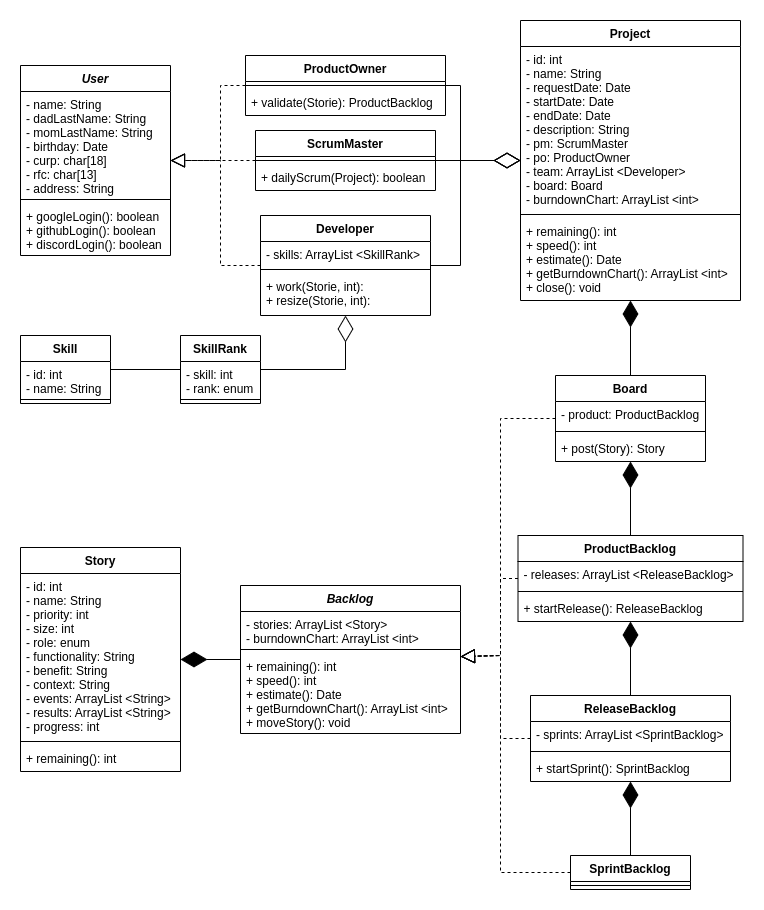
This is class-diagram.png from SaidSanchez/ManejadorDeProyectos, a draw.io export, as it was before one commit. Source tidied: cells renumbered, new cells last; positions are measured from the earlier drawing's top-left corner, leaving out a move shared by most shapes.
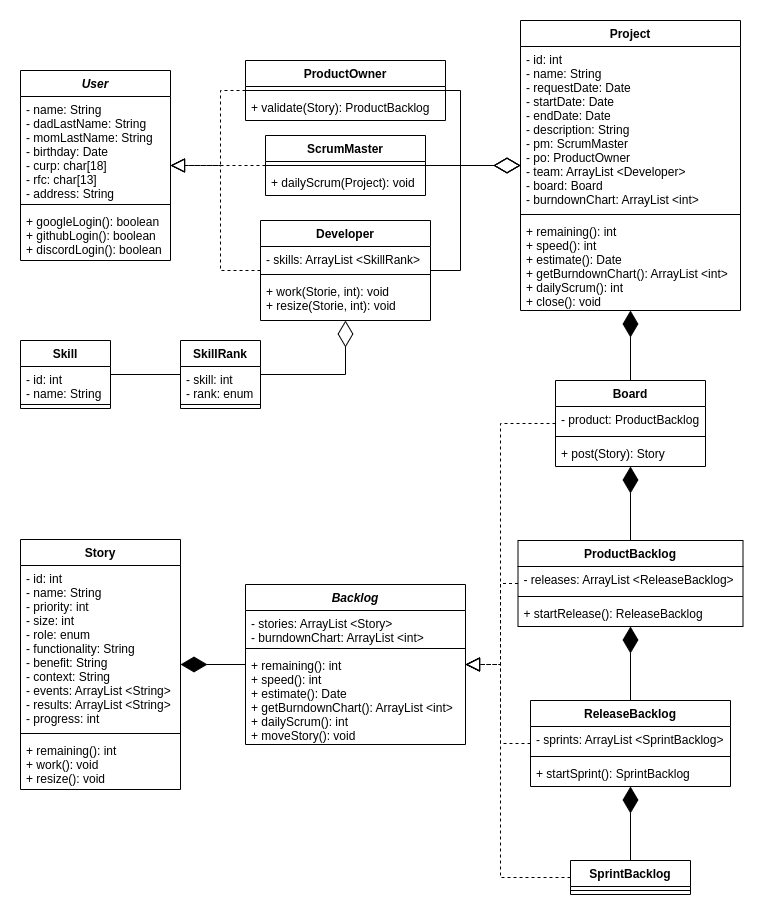
After the commit.

Commit message:
fix: make the diagramas congruent

The edit, as a diff of the source:
```diff
@@ -3,7 +3,7 @@
     <mxCell id="0" />
     <mxCell id="1" parent="0" />
     <mxCell id="2" value="Project" style="swimlane;fontStyle=1;align=center;verticalAlign=top;horizontal=1;startSize=26;" parent="1" vertex="1">
-      <mxGeometry x="500" width="220" height="280" as="geometry" />
+      <mxGeometry x="500" y="-5" width="220" height="290" as="geometry" />
     </mxCell>
     <mxCell id="3" value="- id: int&#10;- name: String&#10;- requestDate: Date&#10;- startDate: Date&#10;- endDate: Date&#10;- description: String&#10;- pm: ScrumMaster&#10;- po: ProductOwner&#10;- team: ArrayList &lt;Developer&gt;&#10;- board: Board&#10;- burndownChart: ArrayList &lt;int&gt;" style="text;strokeColor=none;fillColor=none;align=left;verticalAlign=top;spacingLeft=4;spacingRight=4;overflow=hidden;" parent="2" vertex="1">
       <mxGeometry y="26" width="220" height="164" as="geometry" />
@@ -11,8 +11,8 @@
     <mxCell id="4" style="line;strokeWidth=1;fillColor=none;align=left;verticalAlign=middle;spacingTop=-1;spacingLeft=3;spacingRight=3;labelPosition=right;" parent="2" vertex="1">
       <mxGeometry y="190" width="220" height="8" as="geometry" />
     </mxCell>
-    <mxCell id="5" value="+ remaining(): int&#10;+ speed(): int&#10;+ estimate(): Date&#10;+ getBurndownChart(): ArrayList &lt;int&gt;&#10;+ close(): void" style="text;strokeColor=none;fillColor=none;align=left;verticalAlign=top;spacingLeft=4;spacingRight=4;overflow=hidden;" parent="2" vertex="1">
-      <mxGeometry y="198" width="220" height="82" as="geometry" />
+    <mxCell id="5" value="+ remaining(): int&#10;+ speed(): int&#10;+ estimate(): Date&#10;+ getBurndownChart(): ArrayList &lt;int&gt;&#10;+ dailyScrum(): int&#10;+ close(): void" style="text;strokeColor=none;fillColor=none;align=left;verticalAlign=top;spacingLeft=4;spacingRight=4;overflow=hidden;" parent="2" vertex="1">
+      <mxGeometry y="198" width="220" height="92" as="geometry" />
     </mxCell>
     <mxCell id="6" value="User" style="swimlane;fontStyle=3;align=center;verticalAlign=top;horizontal=1;startSize=26;" parent="1" vertex="1">
       <mxGeometry y="45" width="150" height="190" as="geometry" />
@@ -27,7 +27,7 @@
       <mxGeometry y="138" width="150" height="52" as="geometry" />
     </mxCell>
     <mxCell id="10" value="Backlog" style="swimlane;fontStyle=3;align=center;verticalAlign=top;horizontal=1;startSize=26;" parent="1" vertex="1">
-      <mxGeometry x="220" y="565" width="220" height="148" as="geometry" />
+      <mxGeometry x="225" y="559" width="220" height="160" as="geometry" />
     </mxCell>
     <mxCell id="11" value="- stories: ArrayList &lt;Story&gt;&#10;- burndownChart: ArrayList &lt;int&gt;" style="text;strokeColor=none;fillColor=none;align=left;verticalAlign=top;spacingLeft=4;spacingRight=4;overflow=hidden;" parent="10" vertex="1">
       <mxGeometry y="26" width="220" height="34" as="geometry" />
@@ -35,8 +35,8 @@
     <mxCell id="12" style="line;strokeWidth=1;fillColor=none;align=left;verticalAlign=middle;spacingTop=-1;spacingLeft=3;spacingRight=3;labelPosition=right;" parent="10" vertex="1">
       <mxGeometry y="60" width="220" height="8" as="geometry" />
     </mxCell>
-    <mxCell id="13" value="+ remaining(): int&#10;+ speed(): int&#10;+ estimate(): Date&#10;+ getBurndownChart(): ArrayList &lt;int&gt;&#10;+ moveStory(): void" style="text;strokeColor=none;fillColor=none;align=left;verticalAlign=top;spacingLeft=4;spacingRight=4;overflow=hidden;" parent="10" vertex="1">
-      <mxGeometry y="68" width="220" height="80" as="geometry" />
+    <mxCell id="13" value="+ remaining(): int&#10;+ speed(): int&#10;+ estimate(): Date&#10;+ getBurndownChart(): ArrayList &lt;int&gt;&#10;+ dailyScrum(): int&#10;+ moveStory(): void" style="text;strokeColor=none;fillColor=none;align=left;verticalAlign=top;spacingLeft=4;spacingRight=4;overflow=hidden;" parent="10" vertex="1">
+      <mxGeometry y="68" width="220" height="92" as="geometry" />
     </mxCell>
     <mxCell id="14" value="SprintBacklog" style="swimlane;fontStyle=1;align=center;verticalAlign=top;horizontal=1;startSize=26;" parent="1" vertex="1">
       <mxGeometry x="550" y="835" width="120" height="34" as="geometry" />
@@ -45,13 +45,13 @@
       <mxGeometry y="26" width="120" height="8" as="geometry" />
     </mxCell>
     <mxCell id="16" value="ScrumMaster" style="swimlane;fontStyle=1;align=center;verticalAlign=top;horizontal=1;startSize=26;" parent="1" vertex="1">
-      <mxGeometry x="235" y="110" width="180" height="60" as="geometry" />
+      <mxGeometry x="245" y="110" width="160" height="60" as="geometry" />
     </mxCell>
     <mxCell id="17" style="line;strokeWidth=1;fillColor=none;align=left;verticalAlign=middle;spacingTop=-1;spacingLeft=3;spacingRight=3;labelPosition=right;" parent="16" vertex="1">
-      <mxGeometry y="26" width="180" height="8" as="geometry" />
+      <mxGeometry y="26" width="160" height="8" as="geometry" />
     </mxCell>
-    <mxCell id="18" value="+ dailyScrum(Project): boolean" style="text;strokeColor=none;fillColor=none;align=left;verticalAlign=top;spacingLeft=4;spacingRight=4;overflow=hidden;" parent="16" vertex="1">
-      <mxGeometry y="34" width="180" height="26" as="geometry" />
+    <mxCell id="18" value="+ dailyScrum(Project): void" style="text;strokeColor=none;fillColor=none;align=left;verticalAlign=top;spacingLeft=4;spacingRight=4;overflow=hidden;" parent="16" vertex="1">
+      <mxGeometry y="34" width="160" height="26" as="geometry" />
     </mxCell>
     <mxCell id="19" value="SkillRank" style="swimlane;fontStyle=1;align=center;verticalAlign=top;horizontal=1;startSize=26;" parent="1" vertex="1">
       <mxGeometry x="160" y="315" width="80" height="68" as="geometry" />
@@ -104,7 +104,7 @@
     <mxCell id="35" style="line;strokeWidth=1;fillColor=none;align=left;verticalAlign=middle;spacingTop=-1;spacingLeft=3;spacingRight=3;labelPosition=right;" parent="33" vertex="1">
       <mxGeometry y="50" width="170" height="8" as="geometry" />
     </mxCell>
-    <mxCell id="36" value="+ work(Storie, int):&#10;+ resize(Storie, int):" style="text;strokeColor=none;fillColor=none;align=left;verticalAlign=top;spacingLeft=4;spacingRight=4;overflow=hidden;" parent="33" vertex="1">
+    <mxCell id="36" value="+ work(Storie, int): void&#10;+ resize(Storie, int): void" style="text;strokeColor=none;fillColor=none;align=left;verticalAlign=top;spacingLeft=4;spacingRight=4;overflow=hidden;" parent="33" vertex="1">
       <mxGeometry y="58" width="170" height="42" as="geometry" />
     </mxCell>
     <mxCell id="37" value="ProductOwner" style="swimlane;fontStyle=1;align=center;verticalAlign=top;horizontal=1;startSize=26;" parent="1" vertex="1">
@@ -113,7 +113,7 @@
     <mxCell id="38" style="line;strokeWidth=1;fillColor=none;align=left;verticalAlign=middle;spacingTop=-1;spacingLeft=3;spacingRight=3;labelPosition=right;" parent="37" vertex="1">
       <mxGeometry y="26" width="200" height="8" as="geometry" />
     </mxCell>
-    <mxCell id="39" value="+ validate(Storie): ProductBacklog" style="text;strokeColor=none;fillColor=none;align=left;verticalAlign=top;spacingLeft=4;spacingRight=4;overflow=hidden;" parent="37" vertex="1">
+    <mxCell id="39" value="+ validate(Story): ProductBacklog" style="text;strokeColor=none;fillColor=none;align=left;verticalAlign=top;spacingLeft=4;spacingRight=4;overflow=hidden;" parent="37" vertex="1">
       <mxGeometry y="34" width="200" height="26" as="geometry" />
     </mxCell>
     <mxCell id="40" style="endArrow=block;dashed=1;endFill=0;endSize=12;html=1;rounded=0;" parent="1" edge="1" source="37" target="6">
@@ -127,14 +127,6 @@
     <mxCell id="41" style="endArrow=block;dashed=1;endFill=0;endSize=12;html=1;rounded=0;" parent="1" edge="1" source="16" target="6">
       <mxGeometry relative="1" as="geometry" />
     </mxCell>
-    <mxCell id="42" style="endArrow=block;dashed=1;endFill=0;endSize=12;html=1;rounded=0;" parent="1" edge="1" source="33" target="6">
-      <mxGeometry relative="1" as="geometry">
-        <Array as="points">
-          <mxPoint x="200" y="245" />
-          <mxPoint x="200" y="140" />
-        </Array>
-      </mxGeometry>
-    </mxCell>
     <mxCell id="43" style="endArrow=diamondThin;endFill=0;endSize=24;html=1;rounded=0;" parent="1" edge="1" source="37" target="2">
       <mxGeometry relative="1" as="geometry">
         <Array as="points">
@@ -165,7 +157,7 @@
       <mxGeometry relative="1" as="geometry" />
     </mxCell>
     <mxCell id="48" value="Story" style="swimlane;fontStyle=1;align=center;verticalAlign=top;horizontal=1;startSize=26;" parent="1" vertex="1">
-      <mxGeometry y="527" width="160" height="224" as="geometry" />
+      <mxGeometry y="514" width="160" height="250" as="geometry" />
     </mxCell>
     <mxCell id="49" value="- id: int&#10;- name: String&#10;- priority: int&#10;- size: int&#10;- role: enum&#10;- functionality: String&#10;- benefit: String&#10;- context: String&#10;- events: ArrayList &lt;String&gt;&#10;- results: ArrayList &lt;String&gt;&#10;- progress: int" style="text;strokeColor=none;fillColor=none;align=left;verticalAlign=top;spacingLeft=4;spacingRight=4;overflow=hidden;" parent="48" vertex="1">
       <mxGeometry y="26" width="160" height="164" as="geometry" />
@@ -173,8 +165,8 @@
     <mxCell id="50" style="line;strokeWidth=1;fillColor=none;align=left;verticalAlign=middle;spacingTop=-1;spacingLeft=3;spacingRight=3;labelPosition=right;" parent="48" vertex="1">
       <mxGeometry y="190" width="160" height="8" as="geometry" />
     </mxCell>
-    <mxCell id="51" value="+ remaining(): int" style="text;strokeColor=none;fillColor=none;align=left;verticalAlign=top;spacingLeft=4;spacingRight=4;overflow=hidden;" parent="48" vertex="1">
-      <mxGeometry y="198" width="160" height="26" as="geometry" />
+    <mxCell id="51" value="+ remaining(): int&#10;+ work(): void&#10;+ resize(): void" style="text;strokeColor=none;fillColor=none;align=left;verticalAlign=top;spacingLeft=4;spacingRight=4;overflow=hidden;" parent="48" vertex="1">
+      <mxGeometry y="198" width="160" height="52" as="geometry" />
     </mxCell>
     <mxCell id="52" value="Board" style="swimlane;fontStyle=1;align=center;verticalAlign=top;horizontal=1;startSize=26;" parent="1" vertex="1">
       <mxGeometry x="535" y="355" width="150" height="86" as="geometry" />
@@ -200,40 +192,48 @@
     <mxCell id="59" style="endArrow=diamondThin;endFill=1;endSize=24;html=1;rounded=0;" parent="1" edge="1" source="14" target="29">
       <mxGeometry relative="1" as="geometry" />
     </mxCell>
+    <mxCell id="64" style="endArrow=diamondThin;endFill=1;endSize=24;html=1;rounded=0;" parent="1" edge="1" source="10" target="48">
+      <mxGeometry relative="1" as="geometry" />
+    </mxCell>
+    <mxCell id="62" style="endArrow=block;dashed=1;endFill=0;endSize=12;html=1;rounded=0;" parent="1" edge="1" source="29" target="10">
+      <mxGeometry relative="1" as="geometry">
+        <Array as="points">
+          <mxPoint x="480" y="718" />
+          <mxPoint x="480" y="639" />
+        </Array>
+      </mxGeometry>
+    </mxCell>
+    <mxCell id="61" style="endArrow=block;dashed=1;endFill=0;endSize=12;html=1;rounded=0;" parent="1" edge="1" source="25" target="10">
+      <mxGeometry relative="1" as="geometry">
+        <Array as="points">
+          <mxPoint x="480" y="558" />
+          <mxPoint x="480" y="639" />
+        </Array>
+      </mxGeometry>
+    </mxCell>
+    <mxCell id="63" style="endArrow=block;dashed=1;endFill=0;endSize=12;html=1;rounded=0;" parent="1" edge="1" source="14" target="10">
+      <mxGeometry relative="1" as="geometry">
+        <Array as="points">
+          <mxPoint x="480" y="852" />
+          <mxPoint x="480" y="639" />
+        </Array>
+      </mxGeometry>
+    </mxCell>
+    <mxCell id="42" style="endArrow=block;dashed=1;endFill=0;endSize=12;html=1;rounded=0;" parent="1" edge="1" source="33" target="6">
+      <mxGeometry relative="1" as="geometry">
+        <Array as="points">
+          <mxPoint x="200" y="245" />
+          <mxPoint x="200" y="140" />
+        </Array>
+      </mxGeometry>
+    </mxCell>
     <mxCell id="60" style="endArrow=block;dashed=1;endFill=0;endSize=12;html=1;rounded=0;" parent="1" edge="1" source="52" target="10">
       <mxGeometry relative="1" as="geometry">
         <Array as="points">
           <mxPoint x="480" y="398" />
-          <mxPoint x="480" y="635" />
+          <mxPoint x="480" y="639" />
         </Array>
       </mxGeometry>
     </mxCell>
-    <mxCell id="61" style="endArrow=block;dashed=1;endFill=0;endSize=12;html=1;rounded=0;" parent="1" edge="1" source="25" target="10">
-      <mxGeometry relative="1" as="geometry">
-        <Array as="points">
-          <mxPoint x="480" y="558" />
-          <mxPoint x="480" y="635" />
-        </Array>
-      </mxGeometry>
-    </mxCell>
-    <mxCell id="62" style="endArrow=block;dashed=1;endFill=0;endSize=12;html=1;rounded=0;" parent="1" edge="1" source="29" target="10">
-      <mxGeometry relative="1" as="geometry">
-        <Array as="points">
-          <mxPoint x="480" y="718" />
-          <mxPoint x="480" y="635" />
-        </Array>
-      </mxGeometry>
-    </mxCell>
-    <mxCell id="63" style="endArrow=block;dashed=1;endFill=0;endSize=12;html=1;rounded=0;" parent="1" edge="1" source="14" target="10">
-      <mxGeometry relative="1" as="geometry">
-        <Array as="points">
-          <mxPoint x="480" y="852" />
-          <mxPoint x="480" y="635" />
-        </Array>
-      </mxGeometry>
-    </mxCell>
-    <mxCell id="64" style="endArrow=diamondThin;endFill=1;endSize=24;html=1;rounded=0;" parent="1" edge="1" source="10" target="48">
-      <mxGeometry relative="1" as="geometry" />
-    </mxCell>
   </root>
 </mxGraphModel>
```
